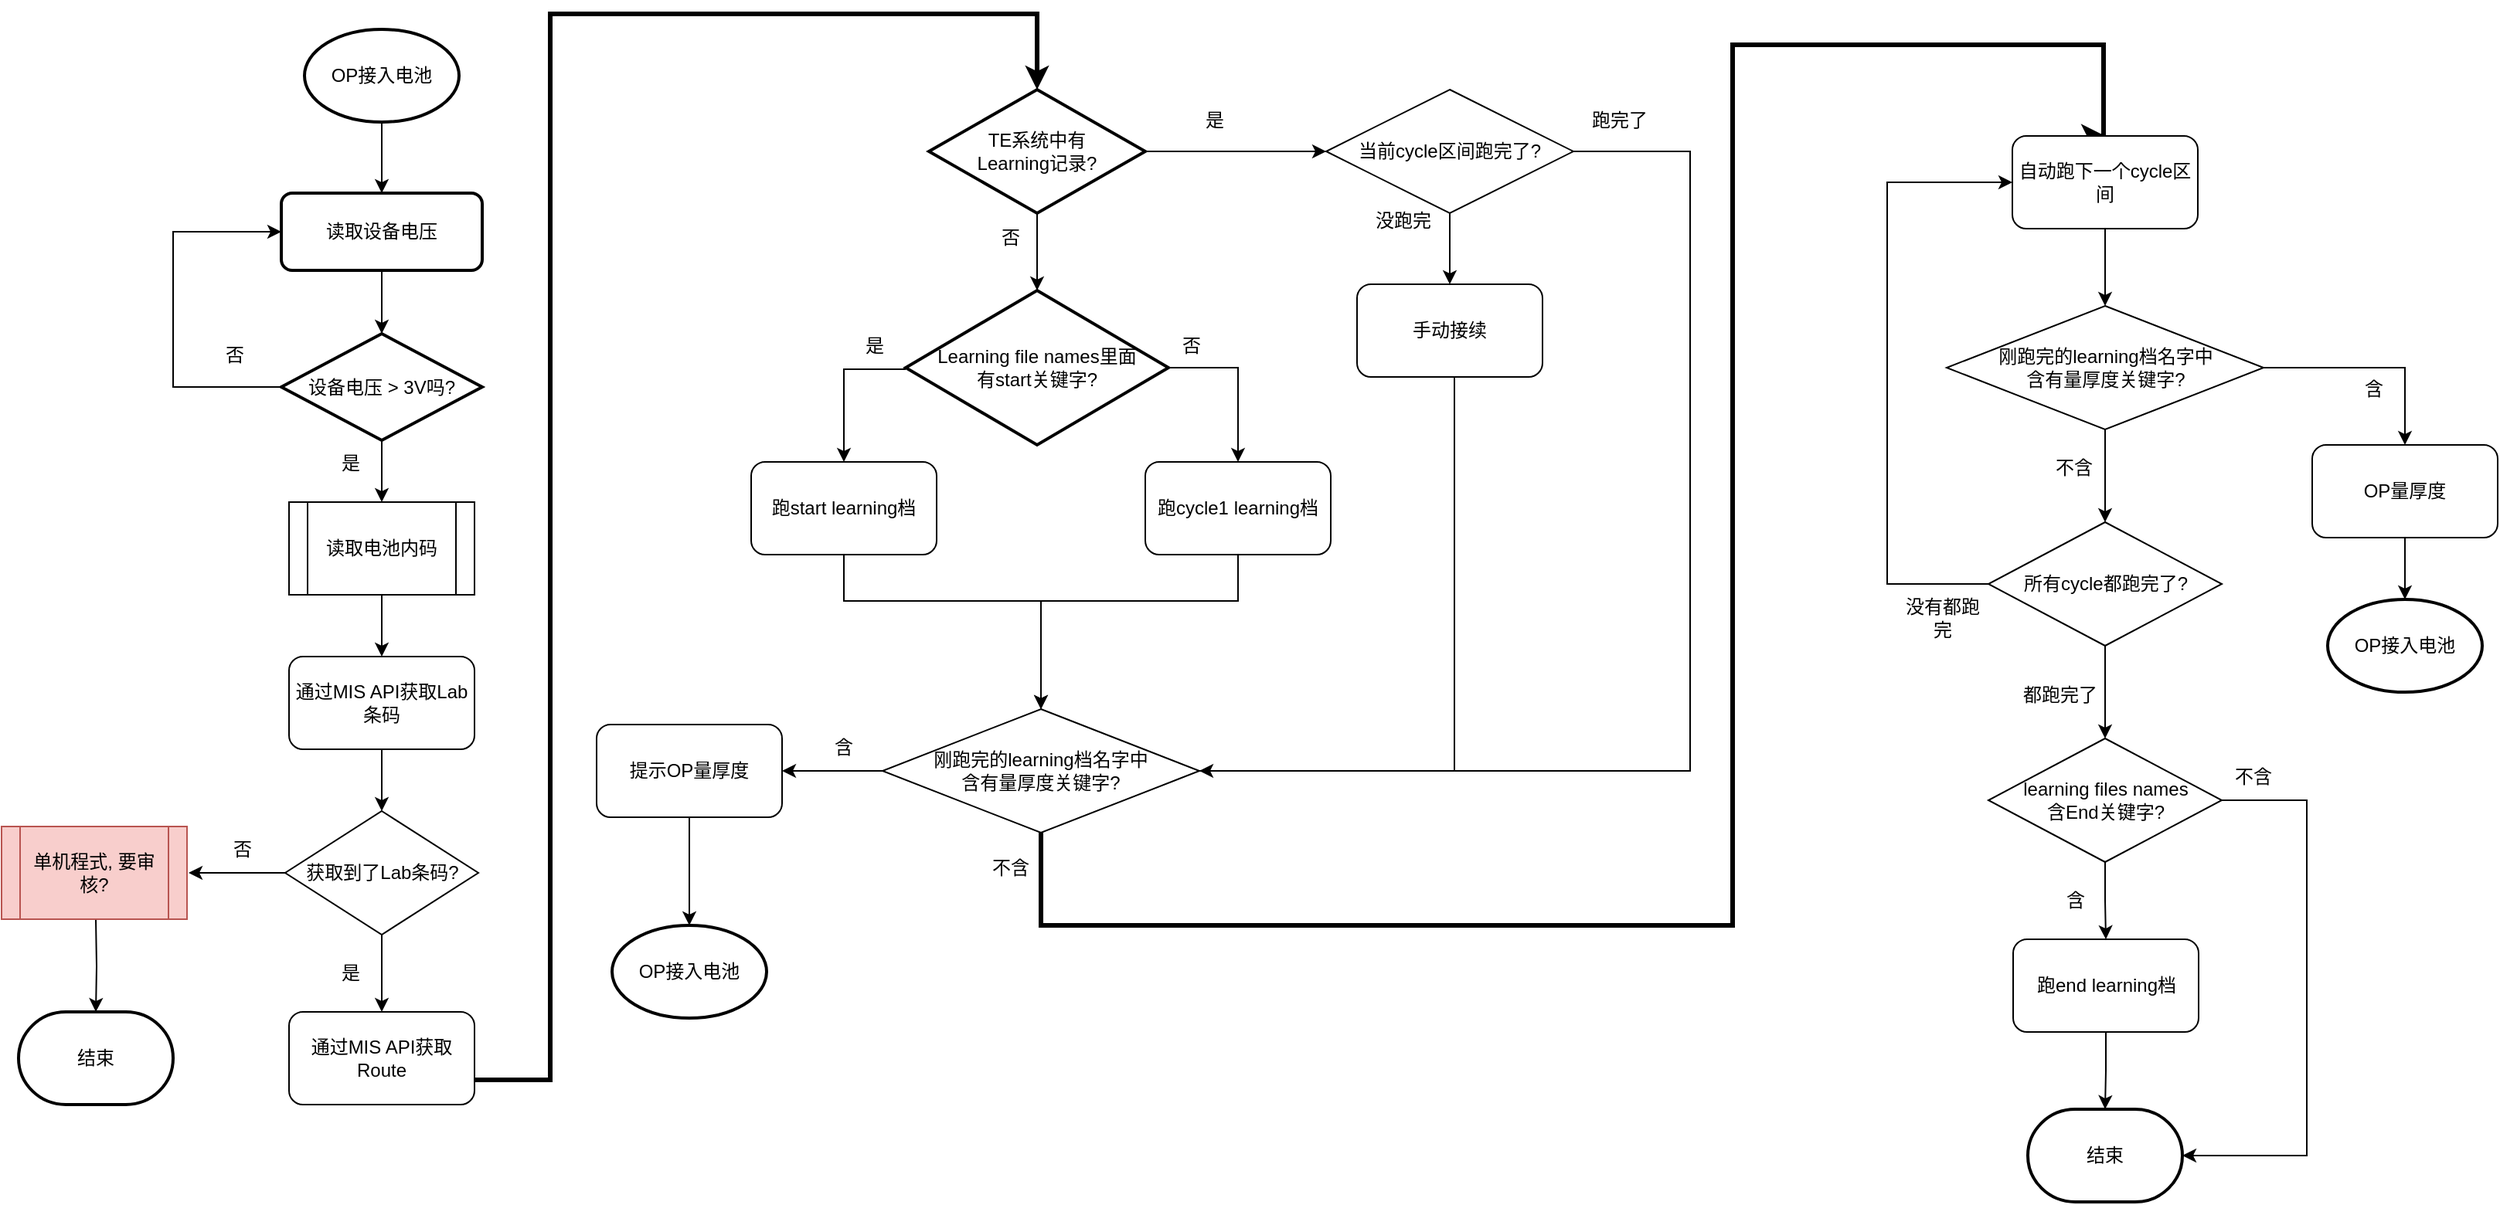
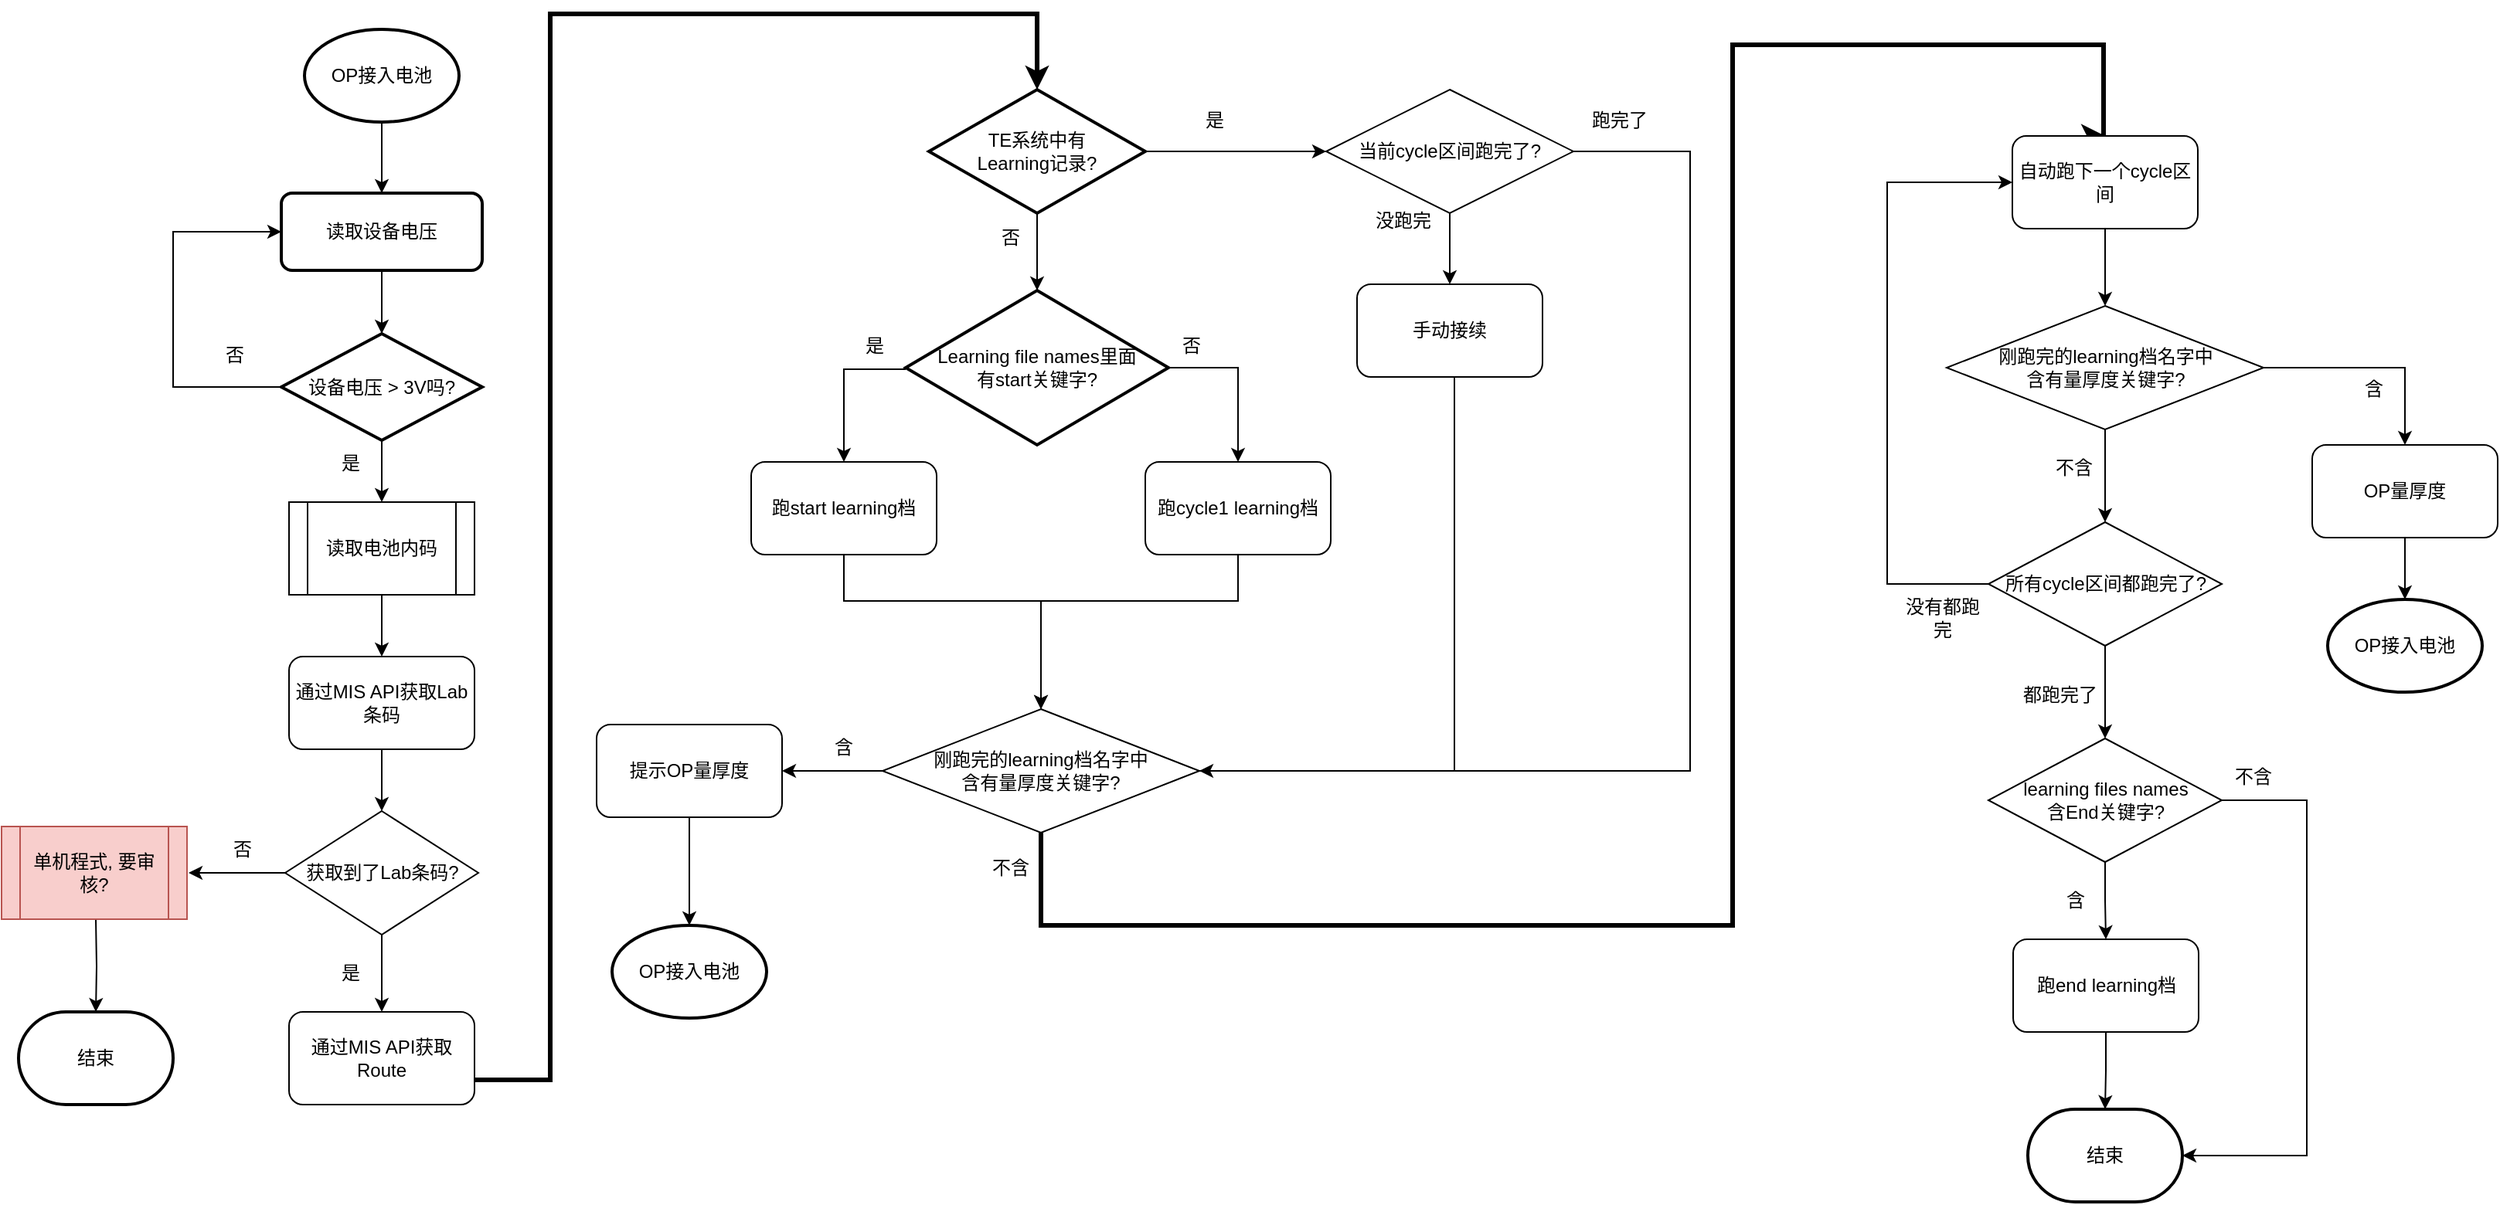
<mxfile host="app.diagrams.net">
  <diagram name="第 1 页" id="3HldnIOuQtLrwHUO-1mN">
    <mxGraphModel dx="1546" dy="774" grid="1" gridSize="10" guides="1" tooltips="1" connect="1" arrows="1" fold="1" page="1" pageScale="1" pageWidth="1169" pageHeight="827" background="#FFFFFF" math="0" shadow="0">
      <root>
        <mxCell id="0" />
        <mxCell id="1" parent="0" />
        <mxCell id="qRa3hty1LtdxE0hFs_0w-8" edge="1" parent="1" source="qRa3hty1LtdxE0hFs_0w-4" style="edgeStyle=orthogonalEdgeStyle;rounded=0;orthogonalLoop=1;jettySize=auto;html=1;" target="qRa3hty1LtdxE0hFs_0w-6" value="">
          <mxGeometry relative="1" as="geometry" />
        </mxCell>
        <mxCell id="qRa3hty1LtdxE0hFs_0w-4" parent="1" style="strokeWidth=2;html=1;shape=mxgraph.flowchart.start_1;whiteSpace=wrap;" value="OP接入电池" vertex="1">
          <mxGeometry height="60" width="100" x="216" y="20" as="geometry" />
        </mxCell>
        <mxCell id="qRa3hty1LtdxE0hFs_0w-9" edge="1" parent="1" source="qRa3hty1LtdxE0hFs_0w-6" style="edgeStyle=orthogonalEdgeStyle;rounded=0;orthogonalLoop=1;jettySize=auto;html=1;" target="qRa3hty1LtdxE0hFs_0w-7" value="">
          <mxGeometry relative="1" as="geometry" />
        </mxCell>
        <mxCell id="qRa3hty1LtdxE0hFs_0w-6" parent="1" style="rounded=1;whiteSpace=wrap;html=1;absoluteArcSize=1;arcSize=14;strokeWidth=2;" value="读取设备电压" vertex="1">
          <mxGeometry height="50" width="130" x="201" y="126" as="geometry" />
        </mxCell>
        <mxCell id="qRa3hty1LtdxE0hFs_0w-14" edge="1" parent="1" source="qRa3hty1LtdxE0hFs_0w-7" style="edgeStyle=orthogonalEdgeStyle;rounded=0;orthogonalLoop=1;jettySize=auto;html=1;" target="qRa3hty1LtdxE0hFs_0w-13" value="">
          <mxGeometry relative="1" as="geometry" />
        </mxCell>
        <mxCell id="qRa3hty1LtdxE0hFs_0w-25" edge="1" parent="1" source="qRa3hty1LtdxE0hFs_0w-7" style="edgeStyle=orthogonalEdgeStyle;rounded=0;orthogonalLoop=1;jettySize=auto;html=1;entryX=0;entryY=0.5;entryDx=0;entryDy=0;" target="qRa3hty1LtdxE0hFs_0w-6">
          <mxGeometry relative="1" as="geometry">
            <Array as="points">
              <mxPoint x="131" y="252" />
              <mxPoint x="131" y="151" />
            </Array>
            <mxPoint x="411" y="146" as="targetPoint" />
          </mxGeometry>
        </mxCell>
        <mxCell id="qRa3hty1LtdxE0hFs_0w-7" parent="1" style="strokeWidth=2;html=1;shape=mxgraph.flowchart.decision;whiteSpace=wrap;" value="设备电压 &amp;gt; 3V吗?" vertex="1">
          <mxGeometry height="69" width="130" x="201" y="217" as="geometry" />
        </mxCell>
        <mxCell id="qRa3hty1LtdxE0hFs_0w-11" parent="1" style="text;html=1;whiteSpace=wrap;strokeColor=none;fillColor=none;align=center;verticalAlign=middle;rounded=0;" value="&lt;div&gt;否&lt;/div&gt;" vertex="1">
          <mxGeometry height="30" width="60" x="141" y="216" as="geometry" />
        </mxCell>
        <mxCell id="qRa3hty1LtdxE0hFs_0w-12" parent="1" style="text;html=1;whiteSpace=wrap;strokeColor=none;fillColor=none;align=center;verticalAlign=middle;rounded=0;" value="&lt;div&gt;是&lt;/div&gt;" vertex="1">
          <mxGeometry height="30" width="60" x="216" y="286" as="geometry" />
        </mxCell>
        <mxCell id="qRa3hty1LtdxE0hFs_0w-16" edge="1" parent="1" source="qRa3hty1LtdxE0hFs_0w-13" style="edgeStyle=orthogonalEdgeStyle;rounded=0;orthogonalLoop=1;jettySize=auto;html=1;" target="qRa3hty1LtdxE0hFs_0w-15" value="">
          <mxGeometry relative="1" as="geometry" />
        </mxCell>
        <mxCell id="qRa3hty1LtdxE0hFs_0w-13" parent="1" style="shape=process;whiteSpace=wrap;html=1;backgroundOutline=1;" value="读取电池内码" vertex="1">
          <mxGeometry height="60" width="120" x="206" y="326" as="geometry" />
        </mxCell>
        <mxCell id="qRa3hty1LtdxE0hFs_0w-20" edge="1" parent="1" source="qRa3hty1LtdxE0hFs_0w-15" style="edgeStyle=orthogonalEdgeStyle;rounded=0;orthogonalLoop=1;jettySize=auto;html=1;" target="qRa3hty1LtdxE0hFs_0w-19" value="">
          <mxGeometry relative="1" as="geometry" />
        </mxCell>
        <mxCell id="qRa3hty1LtdxE0hFs_0w-15" parent="1" style="rounded=1;whiteSpace=wrap;html=1;" value="通过MIS API获取Lab条码" vertex="1">
          <mxGeometry height="60" width="120" x="206" y="426" as="geometry" />
        </mxCell>
        <mxCell id="qRa3hty1LtdxE0hFs_0w-31" edge="1" parent="1" source="qRa3hty1LtdxE0hFs_0w-17" style="edgeStyle=orthogonalEdgeStyle;rounded=0;orthogonalLoop=1;jettySize=auto;html=1;entryX=0.5;entryY=0;entryDx=0;entryDy=0;entryPerimeter=0;strokeWidth=3;" target="qRa3hty1LtdxE0hFs_0w-30" value="">
          <mxGeometry relative="1" as="geometry">
            <Array as="points">
              <mxPoint x="375" y="700" />
              <mxPoint x="375" y="10" />
              <mxPoint x="690" y="10" />
            </Array>
          </mxGeometry>
        </mxCell>
        <mxCell id="qRa3hty1LtdxE0hFs_0w-17" parent="1" style="rounded=1;whiteSpace=wrap;html=1;" value="通过MIS API获取Route" vertex="1">
          <mxGeometry height="60" width="120" x="206" y="656" as="geometry" />
        </mxCell>
        <mxCell id="qRa3hty1LtdxE0hFs_0w-21" edge="1" parent="1" source="qRa3hty1LtdxE0hFs_0w-19" style="edgeStyle=orthogonalEdgeStyle;rounded=0;orthogonalLoop=1;jettySize=auto;html=1;" target="qRa3hty1LtdxE0hFs_0w-17" value="">
          <mxGeometry relative="1" as="geometry" />
        </mxCell>
        <mxCell id="qRa3hty1LtdxE0hFs_0w-27" edge="1" parent="1" source="qRa3hty1LtdxE0hFs_0w-19" style="edgeStyle=orthogonalEdgeStyle;rounded=0;orthogonalLoop=1;jettySize=auto;html=1;" value="">
          <mxGeometry relative="1" as="geometry">
            <mxPoint x="141" y="566" as="targetPoint" />
          </mxGeometry>
        </mxCell>
        <mxCell id="qRa3hty1LtdxE0hFs_0w-19" parent="1" style="rhombus;whiteSpace=wrap;html=1;" value="获取到了Lab条码?" vertex="1">
          <mxGeometry height="80" width="125" x="203.5" y="526" as="geometry" />
        </mxCell>
        <mxCell id="qRa3hty1LtdxE0hFs_0w-22" parent="1" style="text;html=1;whiteSpace=wrap;strokeColor=none;fillColor=none;align=center;verticalAlign=middle;rounded=0;" value="是" vertex="1">
          <mxGeometry height="30" width="60" x="216" y="616" as="geometry" />
        </mxCell>
        <mxCell id="qRa3hty1LtdxE0hFs_0w-29" edge="1" parent="1" style="edgeStyle=orthogonalEdgeStyle;rounded=0;orthogonalLoop=1;jettySize=auto;html=1;" target="qRa3hty1LtdxE0hFs_0w-28" value="">
          <mxGeometry relative="1" as="geometry">
            <mxPoint x="81" y="596" as="sourcePoint" />
          </mxGeometry>
        </mxCell>
        <mxCell id="qRa3hty1LtdxE0hFs_0w-26" parent="1" style="shape=process;whiteSpace=wrap;html=1;backgroundOutline=1;fillColor=#f8cecc;strokeColor=#b85450;" value="单机程式, 要审核?" vertex="1">
          <mxGeometry height="60" width="120" x="20" y="536" as="geometry" />
        </mxCell>
        <mxCell id="qRa3hty1LtdxE0hFs_0w-28" parent="1" style="strokeWidth=2;html=1;shape=mxgraph.flowchart.terminator;whiteSpace=wrap;" value="结束" vertex="1">
          <mxGeometry height="60" width="100" x="31" y="656" as="geometry" />
        </mxCell>
        <mxCell id="qRa3hty1LtdxE0hFs_0w-34" edge="1" parent="1" source="qRa3hty1LtdxE0hFs_0w-30" style="edgeStyle=orthogonalEdgeStyle;rounded=0;orthogonalLoop=1;jettySize=auto;html=1;" target="qRa3hty1LtdxE0hFs_0w-33" value="">
          <mxGeometry relative="1" as="geometry" />
        </mxCell>
        <mxCell id="qRa3hty1LtdxE0hFs_0w-38" edge="1" parent="1" source="qRa3hty1LtdxE0hFs_0w-30" style="edgeStyle=orthogonalEdgeStyle;rounded=0;orthogonalLoop=1;jettySize=auto;html=1;" target="qRa3hty1LtdxE0hFs_0w-37" value="">
          <mxGeometry relative="1" as="geometry" />
        </mxCell>
        <mxCell id="qRa3hty1LtdxE0hFs_0w-30" parent="1" style="strokeWidth=2;html=1;shape=mxgraph.flowchart.decision;whiteSpace=wrap;" value="&lt;div&gt;TE系统中有&lt;/div&gt;&lt;div&gt;Learning记录?&lt;/div&gt;" vertex="1">
          <mxGeometry height="80" width="140" x="620" y="59" as="geometry" />
        </mxCell>
        <mxCell id="qRa3hty1LtdxE0hFs_0w-45" edge="1" parent="1" source="qRa3hty1LtdxE0hFs_0w-33" style="edgeStyle=orthogonalEdgeStyle;rounded=0;orthogonalLoop=1;jettySize=auto;html=1;" target="qRa3hty1LtdxE0hFs_0w-44" value="">
          <mxGeometry relative="1" as="geometry">
            <Array as="points">
              <mxPoint x="565" y="240" />
            </Array>
          </mxGeometry>
        </mxCell>
        <mxCell id="qRa3hty1LtdxE0hFs_0w-67" edge="1" parent="1" source="qRa3hty1LtdxE0hFs_0w-33" style="edgeStyle=orthogonalEdgeStyle;rounded=0;orthogonalLoop=1;jettySize=auto;html=1;entryX=0.5;entryY=0;entryDx=0;entryDy=0;exitX=1;exitY=0.5;exitDx=0;exitDy=0;exitPerimeter=0;" target="qRa3hty1LtdxE0hFs_0w-66">
          <mxGeometry relative="1" as="geometry" />
        </mxCell>
        <mxCell id="qRa3hty1LtdxE0hFs_0w-33" parent="1" style="strokeWidth=2;html=1;shape=mxgraph.flowchart.decision;whiteSpace=wrap;" value="&lt;div&gt;Learning file names里面&lt;/div&gt;&lt;div&gt;有start关键字?&lt;/div&gt;" vertex="1">
          <mxGeometry height="100" width="170" x="605" y="189" as="geometry" />
        </mxCell>
        <mxCell id="qRa3hty1LtdxE0hFs_0w-35" parent="1" style="text;html=1;whiteSpace=wrap;strokeColor=none;fillColor=none;align=center;verticalAlign=middle;rounded=0;" value="否" vertex="1">
          <mxGeometry height="30" width="60" x="642.5" y="140" as="geometry" />
        </mxCell>
        <mxCell id="qRa3hty1LtdxE0hFs_0w-36" parent="1" style="text;html=1;whiteSpace=wrap;strokeColor=none;fillColor=none;align=center;verticalAlign=middle;rounded=0;" value="是" vertex="1">
          <mxGeometry height="30" width="60" x="775" y="64" as="geometry" />
        </mxCell>
        <mxCell id="qRa3hty1LtdxE0hFs_0w-40" edge="1" parent="1" source="qRa3hty1LtdxE0hFs_0w-37" style="edgeStyle=orthogonalEdgeStyle;rounded=0;orthogonalLoop=1;jettySize=auto;html=1;" target="qRa3hty1LtdxE0hFs_0w-39" value="">
          <mxGeometry relative="1" as="geometry" />
        </mxCell>
        <mxCell id="qRa3hty1LtdxE0hFs_0w-115" edge="1" parent="1" style="edgeStyle=orthogonalEdgeStyle;rounded=0;orthogonalLoop=1;jettySize=auto;html=1;entryX=1;entryY=0.5;entryDx=0;entryDy=0;">
          <mxGeometry relative="1" as="geometry">
            <Array as="points">
              <mxPoint x="1112.5" y="99" />
              <mxPoint x="1112.5" y="500" />
            </Array>
            <mxPoint x="1022.5" y="99" as="sourcePoint" />
            <mxPoint x="767.5" y="500" as="targetPoint" />
          </mxGeometry>
        </mxCell>
        <mxCell id="qRa3hty1LtdxE0hFs_0w-37" parent="1" style="rhombus;whiteSpace=wrap;html=1;" value="当前cycle区间跑完了?" vertex="1">
          <mxGeometry height="80" width="160" x="877" y="59" as="geometry" />
        </mxCell>
        <mxCell id="qRa3hty1LtdxE0hFs_0w-74" edge="1" parent="1" source="qRa3hty1LtdxE0hFs_0w-39" style="edgeStyle=orthogonalEdgeStyle;rounded=0;orthogonalLoop=1;jettySize=auto;html=1;entryX=1;entryY=0.5;entryDx=0;entryDy=0;exitX=0.5;exitY=1;exitDx=0;exitDy=0;" target="qRa3hty1LtdxE0hFs_0w-49">
          <mxGeometry relative="1" as="geometry">
            <Array as="points">
              <mxPoint x="960" y="245" />
              <mxPoint x="960" y="500" />
            </Array>
            <mxPoint x="1005" y="240" as="sourcePoint" />
          </mxGeometry>
        </mxCell>
        <mxCell id="qRa3hty1LtdxE0hFs_0w-39" parent="1" style="rounded=1;whiteSpace=wrap;html=1;" value="手动接续" vertex="1">
          <mxGeometry height="60" width="120" x="897" y="185" as="geometry" />
        </mxCell>
        <mxCell id="qRa3hty1LtdxE0hFs_0w-41" parent="1" style="text;html=1;whiteSpace=wrap;strokeColor=none;fillColor=none;align=center;verticalAlign=middle;rounded=0;" value="没跑完" vertex="1">
          <mxGeometry height="30" width="60" x="897" y="129" as="geometry" />
        </mxCell>
        <mxCell id="qRa3hty1LtdxE0hFs_0w-71" edge="1" parent="1" source="qRa3hty1LtdxE0hFs_0w-44" style="edgeStyle=orthogonalEdgeStyle;rounded=0;orthogonalLoop=1;jettySize=auto;html=1;entryX=0.5;entryY=0;entryDx=0;entryDy=0;" target="qRa3hty1LtdxE0hFs_0w-49">
          <mxGeometry relative="1" as="geometry">
            <Array as="points">
              <mxPoint x="565" y="390" />
              <mxPoint x="693" y="390" />
            </Array>
          </mxGeometry>
        </mxCell>
        <mxCell id="qRa3hty1LtdxE0hFs_0w-44" parent="1" style="rounded=1;whiteSpace=wrap;html=1;" value="跑start learning档" vertex="1">
          <mxGeometry height="60" width="120" x="505" y="300" as="geometry" />
        </mxCell>
        <mxCell id="qRa3hty1LtdxE0hFs_0w-46" parent="1" style="text;html=1;whiteSpace=wrap;strokeColor=none;fillColor=none;align=center;verticalAlign=middle;rounded=0;" value="是" vertex="1">
          <mxGeometry height="30" width="60" x="555" y="210" as="geometry" />
        </mxCell>
        <mxCell id="qRa3hty1LtdxE0hFs_0w-52" edge="1" parent="1" source="qRa3hty1LtdxE0hFs_0w-49" style="edgeStyle=orthogonalEdgeStyle;rounded=0;orthogonalLoop=1;jettySize=auto;html=1;" target="qRa3hty1LtdxE0hFs_0w-51" value="">
          <mxGeometry relative="1" as="geometry" />
        </mxCell>
        <mxCell id="qRa3hty1LtdxE0hFs_0w-129" edge="1" parent="1" source="qRa3hty1LtdxE0hFs_0w-49" style="edgeStyle=orthogonalEdgeStyle;rounded=0;orthogonalLoop=1;jettySize=auto;html=1;entryX=0.5;entryY=0;entryDx=0;entryDy=0;exitX=0.5;exitY=1;exitDx=0;exitDy=0;strokeWidth=3;" target="qRa3hty1LtdxE0hFs_0w-55">
          <mxGeometry relative="1" as="geometry">
            <Array as="points">
              <mxPoint x="692" y="600" />
              <mxPoint x="1140" y="600" />
              <mxPoint x="1140" y="30" />
              <mxPoint x="1380" y="30" />
              <mxPoint x="1380" y="89" />
            </Array>
          </mxGeometry>
        </mxCell>
        <mxCell id="qRa3hty1LtdxE0hFs_0w-49" parent="1" style="rhombus;whiteSpace=wrap;html=1;" value="&lt;div&gt;刚跑完的learning档名字中&lt;/div&gt;&lt;div&gt;含有量厚度关键字?&lt;/div&gt;" vertex="1">
          <mxGeometry height="80" width="205" x="590" y="460" as="geometry" />
        </mxCell>
        <mxCell id="qRa3hty1LtdxE0hFs_0w-102" edge="1" parent="1" source="qRa3hty1LtdxE0hFs_0w-51" style="edgeStyle=orthogonalEdgeStyle;rounded=0;orthogonalLoop=1;jettySize=auto;html=1;" target="qRa3hty1LtdxE0hFs_0w-101" value="">
          <mxGeometry relative="1" as="geometry" />
        </mxCell>
        <mxCell id="qRa3hty1LtdxE0hFs_0w-51" parent="1" style="rounded=1;whiteSpace=wrap;html=1;" value="提示OP量厚度" vertex="1">
          <mxGeometry height="60" width="120" x="405" y="470" as="geometry" />
        </mxCell>
        <mxCell id="qRa3hty1LtdxE0hFs_0w-53" parent="1" style="text;html=1;whiteSpace=wrap;strokeColor=none;fillColor=none;align=center;verticalAlign=middle;rounded=0;" value="&lt;div&gt;含&lt;/div&gt;" vertex="1">
          <mxGeometry height="30" width="60" x="535" y="470" as="geometry" />
        </mxCell>
        <mxCell id="qRa3hty1LtdxE0hFs_0w-130" edge="1" parent="1" source="qRa3hty1LtdxE0hFs_0w-55" style="edgeStyle=orthogonalEdgeStyle;rounded=0;orthogonalLoop=1;jettySize=auto;html=1;" target="qRa3hty1LtdxE0hFs_0w-88" value="">
          <mxGeometry relative="1" as="geometry" />
        </mxCell>
        <mxCell id="qRa3hty1LtdxE0hFs_0w-55" parent="1" style="rounded=1;whiteSpace=wrap;html=1;" value="自动跑下一个cycle区间" vertex="1">
          <mxGeometry height="60" width="120" x="1321" y="89" as="geometry" />
        </mxCell>
        <mxCell id="qRa3hty1LtdxE0hFs_0w-57" parent="1" style="text;html=1;whiteSpace=wrap;strokeColor=none;fillColor=none;align=center;verticalAlign=middle;rounded=0;" value="否" vertex="1">
          <mxGeometry height="30" width="60" x="146" y="536" as="geometry" />
        </mxCell>
        <mxCell id="qRa3hty1LtdxE0hFs_0w-58" parent="1" style="text;html=1;whiteSpace=wrap;strokeColor=none;fillColor=none;align=center;verticalAlign=middle;rounded=0;" value="跑完了" vertex="1">
          <mxGeometry height="30" width="60" x="1037" y="64" as="geometry" />
        </mxCell>
        <mxCell id="qRa3hty1LtdxE0hFs_0w-73" edge="1" parent="1" source="qRa3hty1LtdxE0hFs_0w-66" style="edgeStyle=orthogonalEdgeStyle;rounded=0;orthogonalLoop=1;jettySize=auto;html=1;entryX=0.5;entryY=0;entryDx=0;entryDy=0;" target="qRa3hty1LtdxE0hFs_0w-49">
          <mxGeometry relative="1" as="geometry">
            <Array as="points">
              <mxPoint x="820" y="390" />
              <mxPoint x="693" y="390" />
            </Array>
          </mxGeometry>
        </mxCell>
        <mxCell id="qRa3hty1LtdxE0hFs_0w-66" parent="1" style="rounded=1;whiteSpace=wrap;html=1;" value="跑cycle1 learning档" vertex="1">
          <mxGeometry height="60" width="120" x="760" y="300" as="geometry" />
        </mxCell>
        <mxCell id="qRa3hty1LtdxE0hFs_0w-68" parent="1" style="text;html=1;whiteSpace=wrap;strokeColor=none;fillColor=none;align=center;verticalAlign=middle;rounded=0;" value="否" vertex="1">
          <mxGeometry height="30" width="60" x="760" y="210" as="geometry" />
        </mxCell>
        <mxCell id="qRa3hty1LtdxE0hFs_0w-75" parent="1" style="text;html=1;whiteSpace=wrap;strokeColor=none;fillColor=none;align=center;verticalAlign=middle;rounded=0;" value="不含" vertex="1">
          <mxGeometry height="30" width="60" x="642.5" y="548" as="geometry" />
        </mxCell>
        <mxCell id="qRa3hty1LtdxE0hFs_0w-132" edge="1" parent="1" source="qRa3hty1LtdxE0hFs_0w-88" style="edgeStyle=orthogonalEdgeStyle;rounded=0;orthogonalLoop=1;jettySize=auto;html=1;" target="qRa3hty1LtdxE0hFs_0w-91" value="">
          <mxGeometry relative="1" as="geometry" />
        </mxCell>
        <mxCell id="qRa3hty1LtdxE0hFs_0w-134" edge="1" parent="1" source="qRa3hty1LtdxE0hFs_0w-88" style="edgeStyle=orthogonalEdgeStyle;rounded=0;orthogonalLoop=1;jettySize=auto;html=1;" target="qRa3hty1LtdxE0hFs_0w-107" value="">
          <mxGeometry relative="1" as="geometry" />
        </mxCell>
        <mxCell id="qRa3hty1LtdxE0hFs_0w-88" parent="1" style="rhombus;whiteSpace=wrap;html=1;" value="&lt;div&gt;刚跑完的learning档名字中&lt;/div&gt;&lt;div&gt;含有量厚度关键字?&lt;/div&gt;" vertex="1">
          <mxGeometry height="80" width="205" x="1278.5" y="199" as="geometry" />
        </mxCell>
        <mxCell id="qRa3hty1LtdxE0hFs_0w-104" edge="1" parent="1" source="qRa3hty1LtdxE0hFs_0w-91" style="edgeStyle=orthogonalEdgeStyle;rounded=0;orthogonalLoop=1;jettySize=auto;html=1;" target="qRa3hty1LtdxE0hFs_0w-103" value="">
          <mxGeometry relative="1" as="geometry" />
        </mxCell>
        <mxCell id="qRa3hty1LtdxE0hFs_0w-91" parent="1" style="rounded=1;whiteSpace=wrap;html=1;" value="OP量厚度" vertex="1">
          <mxGeometry height="60" width="120" x="1515" y="289" as="geometry" />
        </mxCell>
        <mxCell id="qRa3hty1LtdxE0hFs_0w-93" parent="1" style="text;html=1;whiteSpace=wrap;strokeColor=none;fillColor=none;align=center;verticalAlign=middle;rounded=0;" value="含" vertex="1">
          <mxGeometry height="30" width="60" x="1525" y="238" as="geometry" />
        </mxCell>
        <mxCell id="qRa3hty1LtdxE0hFs_0w-95" parent="1" style="text;html=1;whiteSpace=wrap;strokeColor=none;fillColor=none;align=center;verticalAlign=middle;rounded=0;" value="不含" vertex="1">
          <mxGeometry height="30" width="60" x="1331" y="289" as="geometry" />
        </mxCell>
        <mxCell id="qRa3hty1LtdxE0hFs_0w-101" parent="1" style="strokeWidth=2;html=1;shape=mxgraph.flowchart.start_1;whiteSpace=wrap;" value="OP接入电池" vertex="1">
          <mxGeometry height="60" width="100" x="415" y="600" as="geometry" />
        </mxCell>
        <mxCell id="qRa3hty1LtdxE0hFs_0w-103" parent="1" style="strokeWidth=2;html=1;shape=mxgraph.flowchart.start_1;whiteSpace=wrap;" value="OP接入电池" vertex="1">
          <mxGeometry height="60" width="100" x="1525" y="389" as="geometry" />
        </mxCell>
        <mxCell id="qRa3hty1LtdxE0hFs_0w-118" edge="1" parent="1" source="qRa3hty1LtdxE0hFs_0w-107" style="edgeStyle=orthogonalEdgeStyle;rounded=0;orthogonalLoop=1;jettySize=auto;html=1;" target="qRa3hty1LtdxE0hFs_0w-117" value="">
          <mxGeometry relative="1" as="geometry" />
        </mxCell>
        <mxCell id="qRa3hty1LtdxE0hFs_0w-135" edge="1" parent="1" source="qRa3hty1LtdxE0hFs_0w-107" style="edgeStyle=orthogonalEdgeStyle;rounded=0;orthogonalLoop=1;jettySize=auto;html=1;entryX=0;entryY=0.5;entryDx=0;entryDy=0;" target="qRa3hty1LtdxE0hFs_0w-55">
          <mxGeometry relative="1" as="geometry">
            <Array as="points">
              <mxPoint x="1240" y="379" />
              <mxPoint x="1240" y="119" />
            </Array>
            <mxPoint x="1250" y="140" as="targetPoint" />
          </mxGeometry>
        </mxCell>
-         <mxCell id="qRa3hty1LtdxE0hFs_0w-107" parent="1" style="rhombus;whiteSpace=wrap;html=1;" value="所有cycle都跑完了?" vertex="1">
+         <mxCell id="qRa3hty1LtdxE0hFs_0w-107" parent="1" style="rhombus;whiteSpace=wrap;html=1;" value="所有cycle区间都跑完了?" vertex="1">
          <mxGeometry height="80" width="151" x="1305.5" y="339" as="geometry" />
        </mxCell>
        <mxCell id="qRa3hty1LtdxE0hFs_0w-111" parent="1" style="text;html=1;whiteSpace=wrap;strokeColor=none;fillColor=none;align=center;verticalAlign=middle;rounded=0;" value="没有都跑完" vertex="1">
          <mxGeometry height="30" width="60" x="1245.5" y="386" as="geometry" />
        </mxCell>
        <mxCell id="qRa3hty1LtdxE0hFs_0w-112" parent="1" style="strokeWidth=2;html=1;shape=mxgraph.flowchart.terminator;whiteSpace=wrap;" value="结束" vertex="1">
          <mxGeometry height="60" width="100" x="1331" y="719" as="geometry" />
        </mxCell>
        <mxCell id="qRa3hty1LtdxE0hFs_0w-114" parent="1" style="text;html=1;whiteSpace=wrap;strokeColor=none;fillColor=none;align=center;verticalAlign=middle;rounded=0;" value="都跑完了" vertex="1">
          <mxGeometry height="30" width="60" x="1322" y="436" as="geometry" />
        </mxCell>
        <mxCell id="qRa3hty1LtdxE0hFs_0w-122" edge="1" parent="1" source="qRa3hty1LtdxE0hFs_0w-117" style="edgeStyle=orthogonalEdgeStyle;rounded=0;orthogonalLoop=1;jettySize=auto;html=1;" target="qRa3hty1LtdxE0hFs_0w-120" value="">
          <mxGeometry relative="1" as="geometry" />
        </mxCell>
        <mxCell id="qRa3hty1LtdxE0hFs_0w-117" parent="1" style="rhombus;whiteSpace=wrap;html=1;" value="&lt;div&gt;learning files names&lt;/div&gt;&lt;div&gt;含End关键字?&lt;/div&gt;" vertex="1">
          <mxGeometry height="80" width="151" x="1305.5" y="479" as="geometry" />
        </mxCell>
        <mxCell id="qRa3hty1LtdxE0hFs_0w-121" edge="1" parent="1" source="qRa3hty1LtdxE0hFs_0w-120" style="edgeStyle=orthogonalEdgeStyle;rounded=0;orthogonalLoop=1;jettySize=auto;html=1;" target="qRa3hty1LtdxE0hFs_0w-112" value="">
          <mxGeometry relative="1" as="geometry" />
        </mxCell>
        <mxCell id="qRa3hty1LtdxE0hFs_0w-120" parent="1" style="rounded=1;whiteSpace=wrap;html=1;" value="跑end learning档" vertex="1">
          <mxGeometry height="60" width="120" x="1321.5" y="609" as="geometry" />
        </mxCell>
        <mxCell id="qRa3hty1LtdxE0hFs_0w-123" parent="1" style="text;html=1;whiteSpace=wrap;strokeColor=none;fillColor=none;align=center;verticalAlign=middle;rounded=0;" value="含" vertex="1">
          <mxGeometry height="30" width="60" x="1331.5" y="569" as="geometry" />
        </mxCell>
        <mxCell id="qRa3hty1LtdxE0hFs_0w-124" edge="1" parent="1" source="qRa3hty1LtdxE0hFs_0w-117" style="edgeStyle=orthogonalEdgeStyle;rounded=0;orthogonalLoop=1;jettySize=auto;html=1;entryX=1;entryY=0.5;entryDx=0;entryDy=0;entryPerimeter=0;" target="qRa3hty1LtdxE0hFs_0w-112">
          <mxGeometry relative="1" as="geometry">
            <Array as="points">
              <mxPoint x="1511.5" y="519" />
              <mxPoint x="1511.5" y="749" />
            </Array>
          </mxGeometry>
        </mxCell>
        <mxCell id="qRa3hty1LtdxE0hFs_0w-125" parent="1" style="text;html=1;whiteSpace=wrap;strokeColor=none;fillColor=none;align=center;verticalAlign=middle;rounded=0;" value="不含" vertex="1">
          <mxGeometry height="30" width="60" x="1446.5" y="489" as="geometry" />
        </mxCell>
      </root>
    </mxGraphModel>
  </diagram>
</mxfile>
